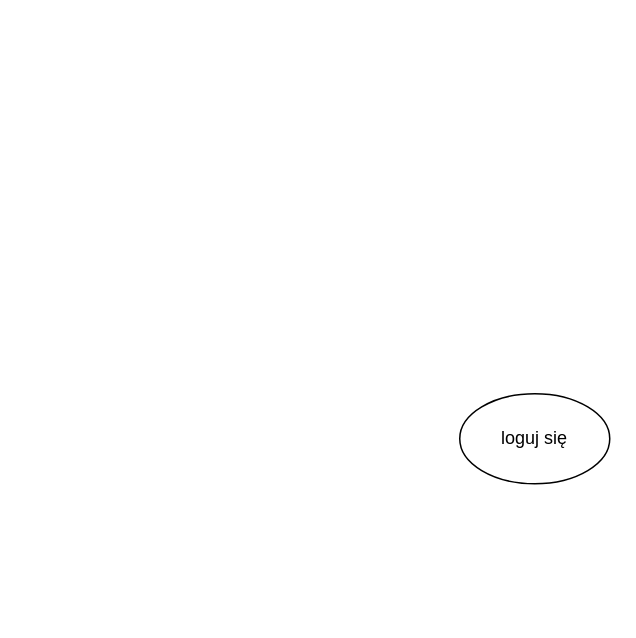
This is DPU-przypadki/Diagram bez tytułu.drawio from Tarik-Alaiwi-dev/psi, a draw.io file, before an edit. Source tidied: cells renumbered, new cells numbered last; positions are measured from the earlier drawing's top-left corner, leaving out a move shared by most shapes. Both pictures are drawn from the tidied source at 150%, with x=0, y=0 at pixel (459, 393).
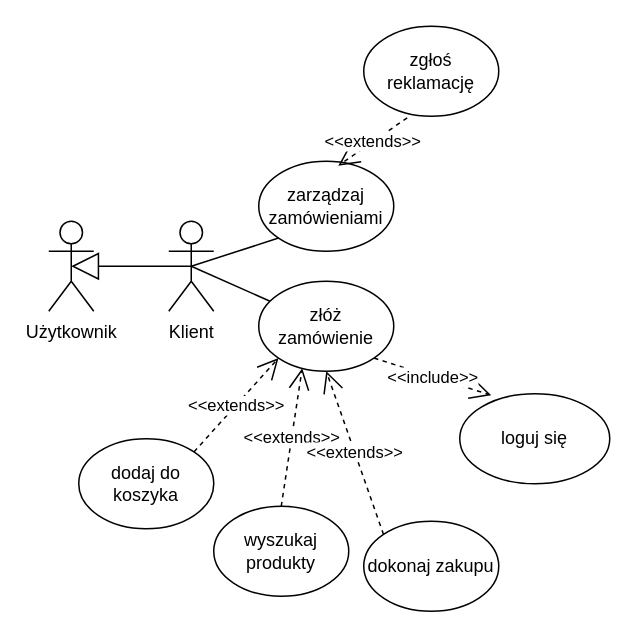
Above is the later version.

What changed in the source:
```diff
@@
 <mxGraphModel>
   <root>
     <mxCell id="0" />
     <mxCell id="1" parent="0" />
     <mxCell id="2" value="loguj się" style="ellipse;whiteSpace=wrap;html=1;" parent="1" vertex="1">
       <mxGeometry width="100" height="60" as="geometry" />
     </mxCell>
+    <mxCell id="3" value="Klient" style="shape=umlActor;verticalLabelPosition=bottom;verticalAlign=top;html=1;" parent="1" vertex="1">
+      <mxGeometry x="-194" y="-115" width="30" height="60" as="geometry" />
+    </mxCell>
+    <mxCell id="4" style="endArrow=none;html=1;rounded=0;entryX=0.5;entryY=0.5;entryDx=0;entryDy=0;entryPerimeter=0;" parent="1" edge="1" source="5" target="3">
+      <mxGeometry relative="1" as="geometry" />
+    </mxCell>
+    <mxCell id="5" value="złóż zamówienie" style="ellipse;whiteSpace=wrap;html=1;" parent="1" vertex="1">
+      <mxGeometry x="-134" y="-75" width="90" height="60" as="geometry" />
+    </mxCell>
+    <mxCell id="6" value="&amp;lt;&amp;lt;include&amp;gt;&amp;gt;" style="endArrow=open;endSize=12;dashed=1;html=1;rounded=0;exitX=1;exitY=1;exitDx=0;exitDy=0;entryX=0.21;entryY=0.017;entryDx=0;entryDy=0;entryPerimeter=0;" parent="1" edge="1" source="5" target="2">
+      <mxGeometry relative="1" as="geometry" />
+    </mxCell>
+    <mxCell id="7" value="dodaj do koszyka" style="ellipse;whiteSpace=wrap;html=1;" parent="1" vertex="1">
+      <mxGeometry x="-254" y="30" width="90" height="60" as="geometry" />
+    </mxCell>
+    <mxCell id="8" value="&amp;lt;&amp;lt;extends&amp;gt;&amp;gt;" style="endArrow=open;endSize=12;dashed=1;html=1;rounded=0;exitX=1;exitY=0;exitDx=0;exitDy=0;entryX=0;entryY=1;entryDx=0;entryDy=0;" parent="1" edge="1" source="7" target="5">
+      <mxGeometry relative="1" as="geometry" />
+    </mxCell>
+    <mxCell id="9" value="wyszukaj produkty" style="ellipse;whiteSpace=wrap;html=1;" parent="1" vertex="1">
+      <mxGeometry x="-164" y="75" width="90" height="60" as="geometry" />
+    </mxCell>
+    <mxCell id="10" value="&amp;lt;&amp;lt;extends&amp;gt;&amp;gt;" style="endArrow=open;endSize=12;dashed=1;html=1;rounded=0;exitX=0.5;exitY=0;exitDx=0;exitDy=0;entryX=0.322;entryY=0.967;entryDx=0;entryDy=0;entryPerimeter=0;" parent="1" edge="1" source="9" target="5">
+      <mxGeometry relative="1" as="geometry" />
+    </mxCell>
+    <mxCell id="11" value="dokonaj zakupu" style="ellipse;whiteSpace=wrap;html=1;" parent="1" vertex="1">
+      <mxGeometry x="-64" y="85" width="90" height="60" as="geometry" />
+    </mxCell>
+    <mxCell id="12" value="&amp;lt;&amp;lt;extends&amp;gt;&amp;gt;" style="endArrow=open;endSize=12;dashed=1;html=1;rounded=0;exitX=0;exitY=0;exitDx=0;exitDy=0;entryX=0.5;entryY=1;entryDx=0;entryDy=0;" parent="1" edge="1" source="11" target="5">
+      <mxGeometry relative="1" as="geometry" />
+    </mxCell>
+    <mxCell id="13" value="zarządzaj zamówieniami" style="ellipse;whiteSpace=wrap;html=1;" parent="1" vertex="1">
+      <mxGeometry x="-134" y="-155" width="90" height="60" as="geometry" />
+    </mxCell>
+    <mxCell id="14" style="endArrow=none;html=1;rounded=0;entryX=0.5;entryY=0.5;entryDx=0;entryDy=0;entryPerimeter=0;exitX=0;exitY=1;exitDx=0;exitDy=0;" parent="1" edge="1" source="13" target="3">
+      <mxGeometry relative="1" as="geometry" />
+    </mxCell>
+    <mxCell id="15" value="zgłoś reklamację" style="ellipse;whiteSpace=wrap;html=1;" parent="1" vertex="1">
+      <mxGeometry x="-64" y="-245" width="90" height="60" as="geometry" />
+    </mxCell>
+    <mxCell id="16" value="&amp;lt;&amp;lt;extends&amp;gt;&amp;gt;" style="endArrow=open;endSize=12;dashed=1;html=1;rounded=0;exitX=0.322;exitY=1.017;exitDx=0;exitDy=0;entryX=0.589;entryY=0.05;entryDx=0;entryDy=0;entryPerimeter=0;exitPerimeter=0;" parent="1" edge="1" source="15" target="13">
+      <mxGeometry relative="1" as="geometry" />
+    </mxCell>
+    <mxCell id="17" value="Użytkownik" style="shape=umlActor;verticalLabelPosition=bottom;verticalAlign=top;html=1;" parent="1" vertex="1">
+      <mxGeometry x="-274" y="-115" width="30" height="60" as="geometry" />
+    </mxCell>
+    <mxCell id="18" style="endArrow=block;endSize=16;endFill=0;html=1;rounded=0;exitX=0.5;exitY=0.5;exitDx=0;exitDy=0;exitPerimeter=0;entryX=0.5;entryY=0.5;entryDx=0;entryDy=0;entryPerimeter=0;" parent="1" edge="1" source="3" target="17">
+      <mxGeometry relative="1" as="geometry" />
+    </mxCell>
   </root>
 </mxGraphModel>
```
